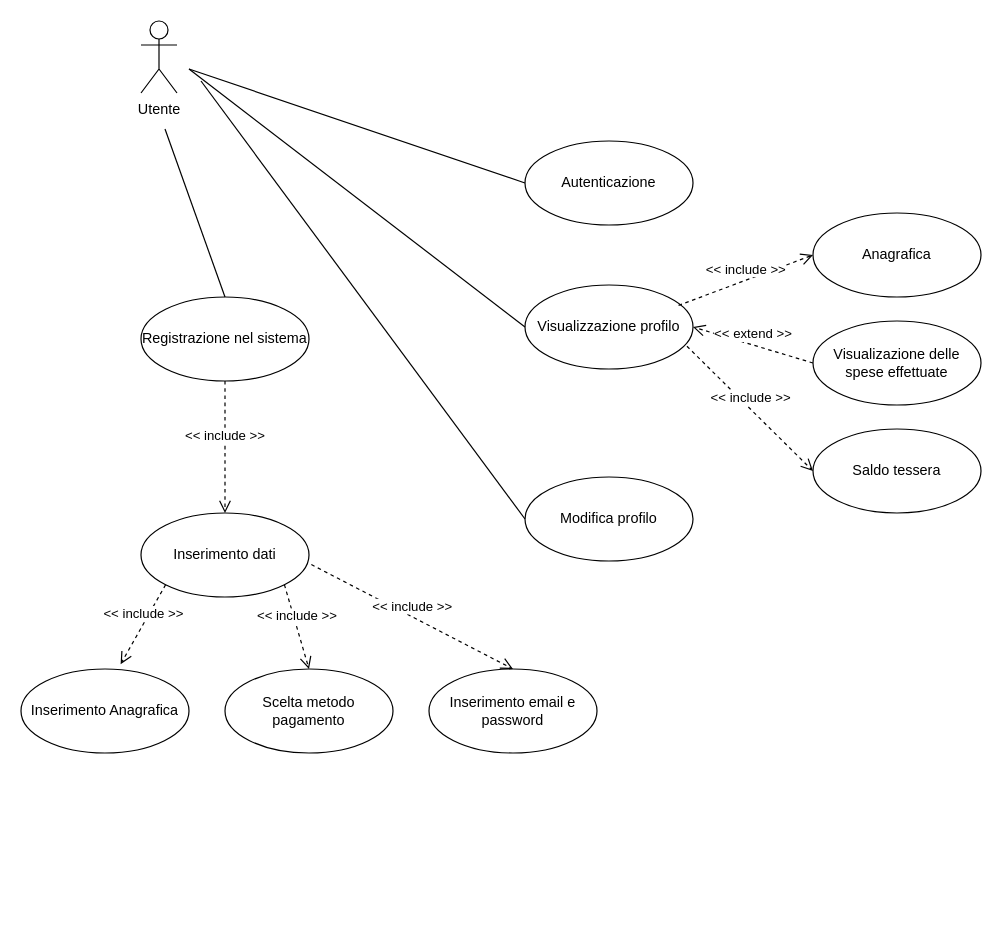
LorenzoMioso/ProgettoIngegneriaDelSoftware keeps this draw.io diagram as UseCaseUtenteGestioneProfilo.drawio. Above is the earlier version. Source tidied: cells renumbered, new cells numbered last; positions are measured from the earlier drawing's top-left corner, leaving out a move shared by most shapes. Both pictures are drawn from the tidied source at 120%, with x=0, y=0 at pixel (20, 20).
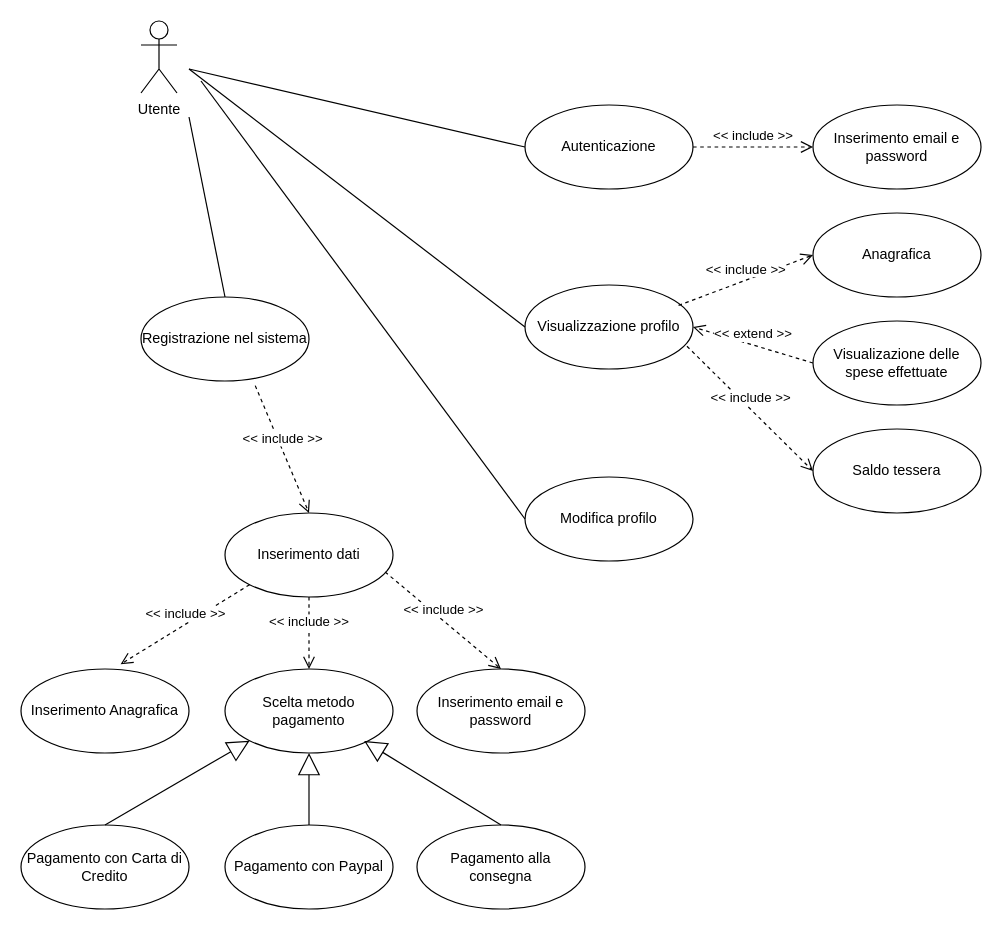
After the change.

Unchanged cells that the change refers to:
```xml
<mxCell id="2" value="Registrazione nel sistema" style="ellipse;whiteSpace=wrap;html=1;" parent="1" vertex="1">
  <mxGeometry x="100" y="230" width="140" height="70" as="geometry" />
</mxCell>
<mxCell id="20" value="&lt;div&gt;Scelta metodo pagamento&lt;/div&gt;" style="ellipse;whiteSpace=wrap;html=1;" parent="1" vertex="1">
  <mxGeometry x="170" y="540" width="140" height="70" as="geometry" />
</mxCell>
```

Change to the diagram source:
```diff
@@
     <mxCell id="11" value="&lt;div&gt;Inserimento dati&lt;/div&gt;" style="ellipse;whiteSpace=wrap;html=1;" parent="1" vertex="1">
-      <mxGeometry x="100" y="410" width="140" height="70" as="geometry" />
+      <mxGeometry x="170" y="410" width="140" height="70" as="geometry" />
     </mxCell>
-    <mxCell id="12" value="&amp;lt;&amp;lt; include &amp;gt;&amp;gt;" style="html=1;verticalAlign=bottom;endArrow=open;dashed=1;endSize=8;entryX=0.5;entryY=0;entryDx=0;entryDy=0;exitX=0.5;exitY=1;exitDx=0;exitDy=0;" parent="1" edge="1" source="2" target="11">
+    <mxCell id="12" value="&amp;lt;&amp;lt; include &amp;gt;&amp;gt;" style="html=1;verticalAlign=bottom;endArrow=open;dashed=1;endSize=8;entryX=0.5;entryY=0;entryDx=0;entryDy=0;exitX=0.68;exitY=1.055;exitDx=0;exitDy=0;exitPerimeter=0;" parent="1" edge="1" source="2" target="11">
       <mxGeometry relative="1" as="geometry" />
     </mxCell>
     <mxCell id="13" value="Autenticazione" style="ellipse;whiteSpace=wrap;html=1;" parent="1" vertex="1">
-      <mxGeometry x="420" y="100" width="140" height="70" as="geometry" />
+      <mxGeometry x="420" y="70" width="140" height="70" as="geometry" />
     </mxCell>
     <mxCell id="14" style="endArrow=none;html=1;entryX=0.5;entryY=0;entryDx=0;entryDy=0;" parent="1" edge="1" target="2">
       <mxGeometry relative="1" as="geometry">
-        <mxPoint x="120" y="90" as="sourcePoint" />
+        <mxPoint x="140" y="80" as="sourcePoint" />
       </mxGeometry>
     </mxCell>
@@
-    <mxCell id="17" style="endArrow=none;html=1;entryX=0;entryY=0.5;entryDx=0;entryDy=0;" parent="1" edge="1">
+    <mxCell id="17" style="endArrow=none;html=1;entryX=0;entryY=0.5;entryDx=0;entryDy=0;" parent="1" edge="1" target="13">
       <mxGeometry relative="1" as="geometry">
         <mxPoint x="140" y="40" as="sourcePoint" />
-        <mxPoint x="420" y="135" as="targetPoint" />
       </mxGeometry>
     </mxCell>
@@
-    <mxCell id="22" value="&amp;lt;&amp;lt; include &amp;gt;&amp;gt;" style="html=1;verticalAlign=bottom;endArrow=open;dashed=1;endSize=8;entryX=0.5;entryY=0;entryDx=0;entryDy=0;exitX=1;exitY=1;exitDx=0;exitDy=0;" parent="1" edge="1" source="11" target="20">
+    <mxCell id="22" value="&amp;lt;&amp;lt; include &amp;gt;&amp;gt;" style="html=1;verticalAlign=bottom;endArrow=open;dashed=1;endSize=8;entryX=0.5;entryY=0;entryDx=0;entryDy=0;exitX=0.5;exitY=1;exitDx=0;exitDy=0;" parent="1" edge="1" source="11" target="20">
       <mxGeometry relative="1" as="geometry" />
     </mxCell>
     <mxCell id="23" value="&lt;div&gt;Inserimento email e password&lt;/div&gt;" style="ellipse;whiteSpace=wrap;html=1;" parent="1" vertex="1">
-      <mxGeometry x="340" y="540" width="140" height="70" as="geometry" />
+      <mxGeometry x="330" y="540" width="140" height="70" as="geometry" />
     </mxCell>
-    <mxCell id="24" value="&amp;lt;&amp;lt; include &amp;gt;&amp;gt;" style="html=1;verticalAlign=bottom;endArrow=open;dashed=1;endSize=8;entryX=0.5;entryY=0;entryDx=0;entryDy=0;exitX=1.014;exitY=0.614;exitDx=0;exitDy=0;exitPerimeter=0;" parent="1" edge="1" source="11" target="23">
+    <mxCell id="24" value="&amp;lt;&amp;lt; include &amp;gt;&amp;gt;" style="html=1;verticalAlign=bottom;endArrow=open;dashed=1;endSize=8;entryX=0.5;entryY=0;entryDx=0;entryDy=0;exitX=0.953;exitY=0.702;exitDx=0;exitDy=0;exitPerimeter=0;" parent="1" edge="1" source="11" target="23">
       <mxGeometry relative="1" as="geometry" />
     </mxCell>
+    <mxCell id="25" value="Pagamento con Carta di Credito" style="ellipse;whiteSpace=wrap;html=1;" parent="1" vertex="1">
+      <mxGeometry y="670" width="140" height="70" as="geometry" />
+    </mxCell>
+    <mxCell id="26" value="Pagamento con Paypal" style="ellipse;whiteSpace=wrap;html=1;" parent="1" vertex="1">
+      <mxGeometry x="170" y="670" width="140" height="70" as="geometry" />
+    </mxCell>
+    <mxCell id="27" value="Pagamento alla consegna" style="ellipse;whiteSpace=wrap;html=1;" parent="1" vertex="1">
+      <mxGeometry x="330" y="670" width="140" height="70" as="geometry" />
+    </mxCell>
+    <mxCell id="28" style="endArrow=block;endSize=16;endFill=0;html=1;entryX=0;entryY=1;entryDx=0;entryDy=0;exitX=0.5;exitY=0;exitDx=0;exitDy=0;" parent="1" edge="1" source="25" target="20">
+      <mxGeometry x="-0.1" y="-44" relative="1" as="geometry" />
+    </mxCell>
+    <mxCell id="29" style="endArrow=block;endSize=16;endFill=0;html=1;entryX=0.5;entryY=1;entryDx=0;entryDy=0;exitX=0.5;exitY=0;exitDx=0;exitDy=0;" parent="1" edge="1" source="26" target="20">
+      <mxGeometry x="-0.1" y="-44" relative="1" as="geometry" />
+    </mxCell>
+    <mxCell id="30" style="endArrow=block;endSize=16;endFill=0;html=1;exitX=0.5;exitY=0;exitDx=0;exitDy=0;" parent="1" edge="1" source="27">
+      <mxGeometry x="-0.1" y="-44" relative="1" as="geometry">
+        <mxPoint x="286" y="600" as="targetPoint" />
+      </mxGeometry>
+    </mxCell>
+    <mxCell id="31" value="&amp;lt;&amp;lt; include &amp;gt;&amp;gt;" style="html=1;verticalAlign=bottom;endArrow=open;dashed=1;endSize=8;exitX=1;exitY=0.5;exitDx=0;exitDy=0;entryX=0;entryY=0.5;entryDx=0;entryDy=0;" parent="1" edge="1" source="13" target="32">
+      <mxGeometry relative="1" as="geometry" />
+    </mxCell>
+    <mxCell id="32" value="&lt;div&gt;Inserimento email e password&lt;/div&gt;" style="ellipse;whiteSpace=wrap;html=1;" parent="1" vertex="1">
+      <mxGeometry x="660" y="70" width="140" height="70" as="geometry" />
+    </mxCell>
```
